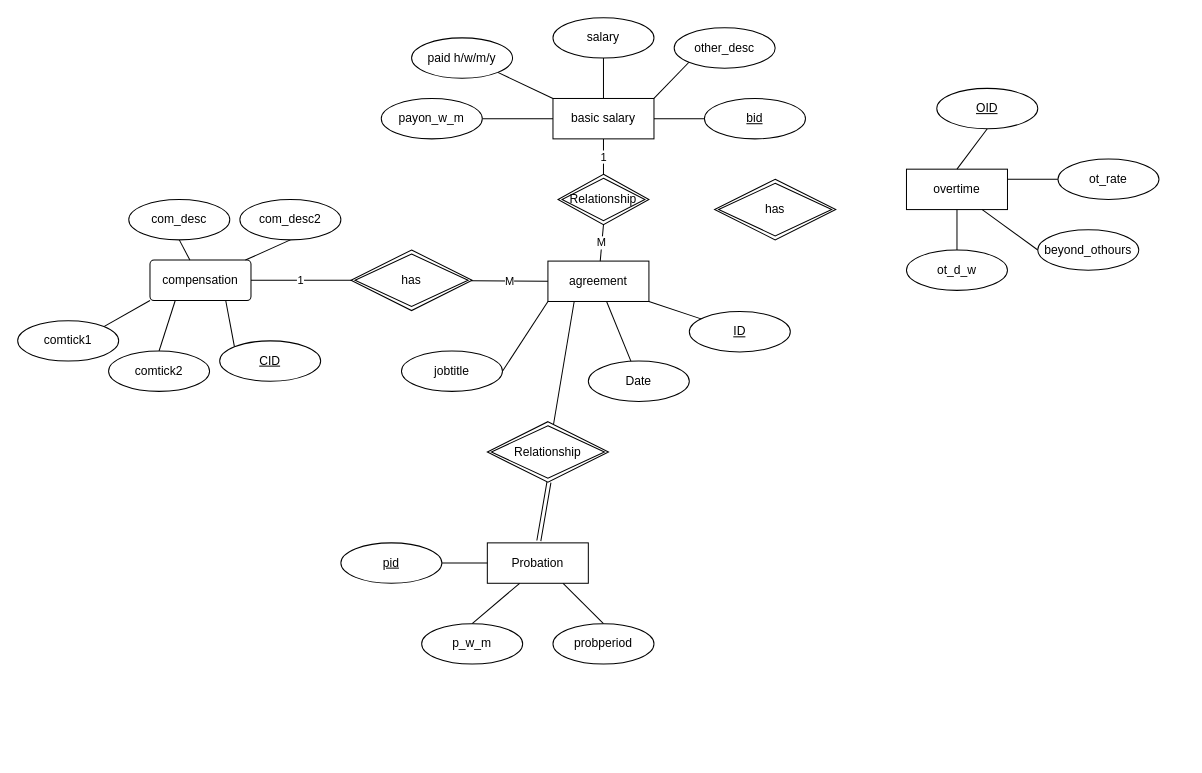
The draw.io diagram Untitled Diagram.drawio in Krisslk/arudino-controller, before the edit. Source tidied: cells renumbered, new cells numbered last; positions are measured from the earlier drawing's top-left corner, leaving out a move shared by most shapes. Both pictures are drawn from the tidied source at 101%, with x=0, y=0 at pixel (17, 17).
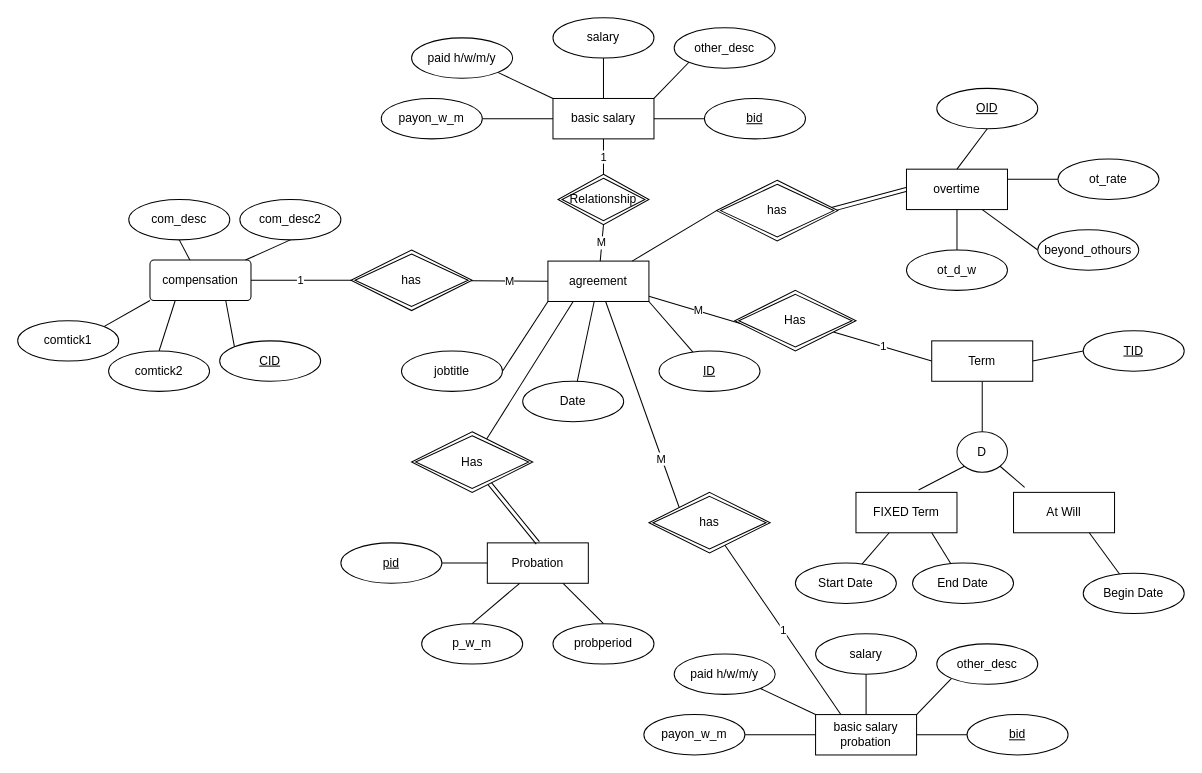
Above is the later version.

Commit message:
hr system er diagaram .drawio

The change refers to these unchanged cells:
```xml
<mxCell id="5" value="agreement" style="whiteSpace=wrap;html=1;align=center;" parent="1" vertex="1">
  <mxGeometry x="525" y="241" width="100" height="40" as="geometry" />
</mxCell>
<mxCell id="27" value="Probation" style="whiteSpace=wrap;html=1;align=center;" parent="1" vertex="1">
  <mxGeometry x="465" y="520" width="100" height="40" as="geometry" />
</mxCell>
<mxCell id="48" value="overtime" style="whiteSpace=wrap;html=1;align=center;" parent="1" vertex="1">
  <mxGeometry x="880" y="150" width="100" height="40" as="geometry" />
</mxCell>
```

The edit, as a diff of the source:
```diff
@@
-    <mxCell id="4" style="edgeStyle=none;rounded=0;orthogonalLoop=1;jettySize=auto;html=1;exitX=0.25;exitY=1;exitDx=0;exitDy=0;endArrow=none;endFill=0;" parent="1" edge="1">
-      <mxGeometry relative="1" as="geometry">
-        <mxPoint x="551" y="281" as="sourcePoint" />
-        <mxPoint x="530.6" y="402.3" as="targetPoint" />
-      </mxGeometry>
-    </mxCell>
+    <mxCell id="57" value="M" style="edgeStyle=none;rounded=0;jettySize=auto;html=1;entryX=0.108;entryY=0.583;entryDx=0;entryDy=0;entryPerimeter=0;endArrow=none;endFill=0;" parent="1" edge="1" source="5" target="80">
+      <mxGeometry relative="1" as="geometry" />
+    </mxCell>
+    <mxCell id="58" style="edgeStyle=none;rounded=0;jettySize=auto;html=1;entryX=0;entryY=0;entryDx=0;entryDy=0;endArrow=none;endFill=0;" parent="1" edge="1" source="5" target="93">
+      <mxGeometry relative="1" as="geometry" />
+    </mxCell>
+    <mxCell id="59" value="M" style="edgeLabel;html=1;align=center;verticalAlign=middle;" parent="58" vertex="1">
+      <mxGeometry x="0.52" y="-1" relative="1" as="geometry" />
+    </mxCell>
@@
     <mxCell id="10" value="Date" style="ellipse;whiteSpace=wrap;html=1;align=center;" parent="1" vertex="1">
-      <mxGeometry x="565" y="340" width="100" height="40" as="geometry" />
+      <mxGeometry x="500" y="360" width="100" height="40" as="geometry" />
     </mxCell>
     <mxCell id="11" value="&lt;u&gt;ID&lt;/u&gt;" style="ellipse;whiteSpace=wrap;html=1;align=center;" parent="1" vertex="1">
-      <mxGeometry x="665" y="291" width="100" height="40" as="geometry" />
+      <mxGeometry x="635" y="330" width="100" height="40" as="geometry" />
     </mxCell>
@@
-    <mxCell id="28" style="edgeStyle=none;rounded=0;orthogonalLoop=1;jettySize=auto;html=1;exitX=0.5;exitY=1;exitDx=0;exitDy=0;endArrow=none;endFill=0;shape=link;" parent="1" edge="1">
-      <mxGeometry relative="1" as="geometry">
-        <mxPoint x="526" y="460" as="sourcePoint" />
-        <mxPoint x="516" y="518" as="targetPoint" />
-      </mxGeometry>
-    </mxCell>
+    <mxCell id="60" style="edgeStyle=none;rounded=0;jettySize=auto;html=1;entryX=0.5;entryY=0;entryDx=0;entryDy=0;endArrow=none;endFill=0;shape=link;" parent="1" edge="1" source="29" target="27">
+      <mxGeometry relative="1" as="geometry" />
+    </mxCell>
+    <mxCell id="61" style="edgeStyle=none;rounded=0;jettySize=auto;html=1;entryX=0.25;entryY=1;entryDx=0;entryDy=0;endArrow=none;endFill=0;" parent="1" edge="1" source="29" target="5">
+      <mxGeometry relative="1" as="geometry" />
+    </mxCell>
-    <mxCell id="29" value="Relationship" style="shape=rhombus;double=1;perimeter=rhombusPerimeter;whiteSpace=wrap;html=1;align=center;" parent="1" vertex="1">
-      <mxGeometry x="465" y="400" width="120" height="60" as="geometry" />
+    <mxCell id="29" value="Has" style="shape=rhombus;double=1;perimeter=rhombusPerimeter;whiteSpace=wrap;html=1;align=center;" parent="1" vertex="1">
+      <mxGeometry x="390" y="410" width="120" height="60" as="geometry" />
     </mxCell>
@@
+    <mxCell id="62" style="edgeStyle=none;rounded=0;jettySize=auto;html=1;exitX=0;exitY=0.5;exitDx=0;exitDy=0;entryX=0.936;entryY=0.489;entryDx=0;entryDy=0;entryPerimeter=0;endArrow=none;endFill=0;shape=link;" parent="1" edge="1" source="48" target="56">
+      <mxGeometry relative="1" as="geometry" />
+    </mxCell>
@@
+    <mxCell id="63" style="edgeStyle=none;rounded=0;jettySize=auto;html=1;exitX=0;exitY=0.5;exitDx=0;exitDy=0;endArrow=none;endFill=0;" parent="1" edge="1" source="56" target="5">
+      <mxGeometry relative="1" as="geometry" />
+    </mxCell>
     <mxCell id="56" value="has" style="shape=rhombus;double=1;perimeter=rhombusPerimeter;whiteSpace=wrap;html=1;align=center;" parent="1" vertex="1">
-      <mxGeometry x="690" y="160" width="120" height="60" as="geometry" />
+      <mxGeometry x="692" y="161" width="120" height="60" as="geometry" />
     </mxCell>
+    <mxCell id="64" style="edgeStyle=none;rounded=0;jettySize=auto;html=1;exitX=0.5;exitY=1;exitDx=0;exitDy=0;entryX=0.5;entryY=0;entryDx=0;entryDy=0;endArrow=none;endFill=0;" parent="1" edge="1" source="65" target="68">
+      <mxGeometry relative="1" as="geometry" />
+    </mxCell>
+    <mxCell id="65" value="Term" style="whiteSpace=wrap;html=1;align=center;" parent="1" vertex="1">
+      <mxGeometry x="905" y="320" width="100" height="40" as="geometry" />
+    </mxCell>
+    <mxCell id="66" style="edgeStyle=none;rounded=0;jettySize=auto;html=1;exitX=1;exitY=1;exitDx=0;exitDy=0;entryX=0.11;entryY=-0.125;entryDx=0;entryDy=0;entryPerimeter=0;endArrow=none;endFill=0;" parent="1" edge="1" source="68" target="70">
+      <mxGeometry relative="1" as="geometry" />
+    </mxCell>
+    <mxCell id="67" style="edgeStyle=none;rounded=0;jettySize=auto;html=1;exitX=0;exitY=1;exitDx=0;exitDy=0;entryX=0.62;entryY=-0.058;entryDx=0;entryDy=0;entryPerimeter=0;endArrow=none;endFill=0;" parent="1" edge="1" source="68" target="69">
+      <mxGeometry relative="1" as="geometry" />
+    </mxCell>
+    <mxCell id="68" value="D" style="ellipse;whiteSpace=wrap;html=1;align=center;" parent="1" vertex="1">
+      <mxGeometry x="930" y="410" width="50" height="40" as="geometry" />
+    </mxCell>
+    <mxCell id="69" value="FIXED Term" style="whiteSpace=wrap;html=1;align=center;" parent="1" vertex="1">
+      <mxGeometry x="830" y="470" width="100" height="40" as="geometry" />
+    </mxCell>
+    <mxCell id="70" value="At Will" style="whiteSpace=wrap;html=1;align=center;" parent="1" vertex="1">
+      <mxGeometry x="986" y="470" width="100" height="40" as="geometry" />
+    </mxCell>
+    <mxCell id="71" style="edgeStyle=none;rounded=0;jettySize=auto;html=1;exitX=0;exitY=0.5;exitDx=0;exitDy=0;entryX=1;entryY=0.5;entryDx=0;entryDy=0;endArrow=none;endFill=0;" parent="1" edge="1" source="72" target="65">
+      <mxGeometry relative="1" as="geometry" />
+    </mxCell>
+    <mxCell id="72" value="&lt;u&gt;TID&lt;/u&gt;" style="ellipse;whiteSpace=wrap;html=1;align=center;" parent="1" vertex="1">
+      <mxGeometry x="1055" y="310" width="100" height="40" as="geometry" />
+    </mxCell>
+    <mxCell id="73" style="edgeStyle=none;rounded=0;jettySize=auto;html=1;endArrow=none;endFill=0;" parent="1" edge="1" source="74" target="69">
+      <mxGeometry relative="1" as="geometry" />
+    </mxCell>
+    <mxCell id="74" value="Start Date" style="ellipse;whiteSpace=wrap;html=1;align=center;" parent="1" vertex="1">
+      <mxGeometry x="770" y="540" width="100" height="40" as="geometry" />
+    </mxCell>
+    <mxCell id="75" style="edgeStyle=none;rounded=0;jettySize=auto;html=1;entryX=0.75;entryY=1;entryDx=0;entryDy=0;endArrow=none;endFill=0;" parent="1" edge="1" source="76" target="69">
+      <mxGeometry relative="1" as="geometry" />
+    </mxCell>
+    <mxCell id="76" value="End Date" style="ellipse;whiteSpace=wrap;html=1;align=center;" parent="1" vertex="1">
+      <mxGeometry x="886" y="540" width="100" height="40" as="geometry" />
+    </mxCell>
+    <mxCell id="77" style="edgeStyle=none;rounded=0;jettySize=auto;html=1;entryX=0.75;entryY=1;entryDx=0;entryDy=0;endArrow=none;endFill=0;" parent="1" edge="1" source="78" target="70">
+      <mxGeometry relative="1" as="geometry" />
+    </mxCell>
+    <mxCell id="78" value="Begin Date" style="ellipse;whiteSpace=wrap;html=1;align=center;" parent="1" vertex="1">
+      <mxGeometry x="1055" y="550" width="100" height="40" as="geometry" />
+    </mxCell>
+    <mxCell id="79" value="1" style="edgeStyle=none;rounded=0;jettySize=auto;html=1;entryX=0;entryY=0.5;entryDx=0;entryDy=0;endArrow=none;endFill=0;" parent="1" edge="1" source="80" target="65">
+      <mxGeometry relative="1" as="geometry" />
+    </mxCell>
+    <mxCell id="80" value="Has" style="shape=rhombus;double=1;perimeter=rhombusPerimeter;whiteSpace=wrap;html=1;align=center;" parent="1" vertex="1">
+      <mxGeometry x="710" y="270" width="120" height="60" as="geometry" />
+    </mxCell>
+    <mxCell id="81" style="edgeStyle=none;rounded=0;jettySize=auto;html=1;exitX=0.5;exitY=0;exitDx=0;exitDy=0;entryX=0.5;entryY=1;entryDx=0;entryDy=0;endArrow=none;endFill=0;" parent="1" edge="1" source="82" target="85">
+      <mxGeometry relative="1" as="geometry" />
+    </mxCell>
+    <mxCell id="82" value="basic salary probation" style="whiteSpace=wrap;html=1;align=center;" parent="1" vertex="1">
+      <mxGeometry x="790" y="690" width="100" height="40" as="geometry" />
+    </mxCell>
+    <mxCell id="83" style="edgeStyle=none;rounded=0;jettySize=auto;html=1;exitX=0;exitY=0.5;exitDx=0;exitDy=0;entryX=1;entryY=0.5;entryDx=0;entryDy=0;endArrow=none;endFill=0;" parent="1" edge="1" source="84" target="82">
+      <mxGeometry relative="1" as="geometry" />
+    </mxCell>
+    <mxCell id="84" value="&lt;u&gt;bid&lt;/u&gt;" style="ellipse;whiteSpace=wrap;html=1;align=center;" parent="1" vertex="1">
+      <mxGeometry x="940" y="690" width="100" height="40" as="geometry" />
+    </mxCell>
+    <mxCell id="85" value="salary" style="ellipse;whiteSpace=wrap;html=1;align=center;" parent="1" vertex="1">
+      <mxGeometry x="790" y="610" width="100" height="40" as="geometry" />
+    </mxCell>
+    <mxCell id="86" style="edgeStyle=none;rounded=0;jettySize=auto;html=1;exitX=1;exitY=1;exitDx=0;exitDy=0;entryX=0;entryY=0;entryDx=0;entryDy=0;endArrow=none;endFill=0;" parent="1" edge="1" source="87" target="82">
+      <mxGeometry relative="1" as="geometry" />
+    </mxCell>
+    <mxCell id="87" value="paid h/w/m/y" style="ellipse;whiteSpace=wrap;html=1;align=center;" parent="1" vertex="1">
+      <mxGeometry x="650" y="630" width="100" height="40" as="geometry" />
+    </mxCell>
+    <mxCell id="88" style="edgeStyle=none;rounded=0;jettySize=auto;html=1;exitX=1;exitY=0.5;exitDx=0;exitDy=0;endArrow=none;endFill=0;" parent="1" edge="1" source="89" target="82">
+      <mxGeometry relative="1" as="geometry" />
+    </mxCell>
+    <mxCell id="89" value="payon_w_m" style="ellipse;whiteSpace=wrap;html=1;align=center;" parent="1" vertex="1">
+      <mxGeometry x="620" y="690" width="100" height="40" as="geometry" />
+    </mxCell>
+    <mxCell id="90" style="edgeStyle=none;rounded=0;jettySize=auto;html=1;exitX=0;exitY=1;exitDx=0;exitDy=0;entryX=1;entryY=0;entryDx=0;entryDy=0;endArrow=none;endFill=0;" parent="1" edge="1" source="91" target="82">
+      <mxGeometry relative="1" as="geometry" />
+    </mxCell>
+    <mxCell id="91" value="other_desc" style="ellipse;whiteSpace=wrap;html=1;align=center;" parent="1" vertex="1">
+      <mxGeometry x="910" y="620" width="100" height="40" as="geometry" />
+    </mxCell>
+    <mxCell id="92" value="1" style="edgeStyle=none;rounded=0;jettySize=auto;html=1;entryX=0.25;entryY=0;entryDx=0;entryDy=0;endArrow=none;endFill=0;" parent="1" edge="1" source="93" target="82">
+      <mxGeometry relative="1" as="geometry" />
+    </mxCell>
+    <mxCell id="93" value="has" style="shape=rhombus;double=1;perimeter=rhombusPerimeter;whiteSpace=wrap;html=1;align=center;" parent="1" vertex="1">
+      <mxGeometry x="625" y="470" width="120" height="60" as="geometry" />
+    </mxCell>
```
